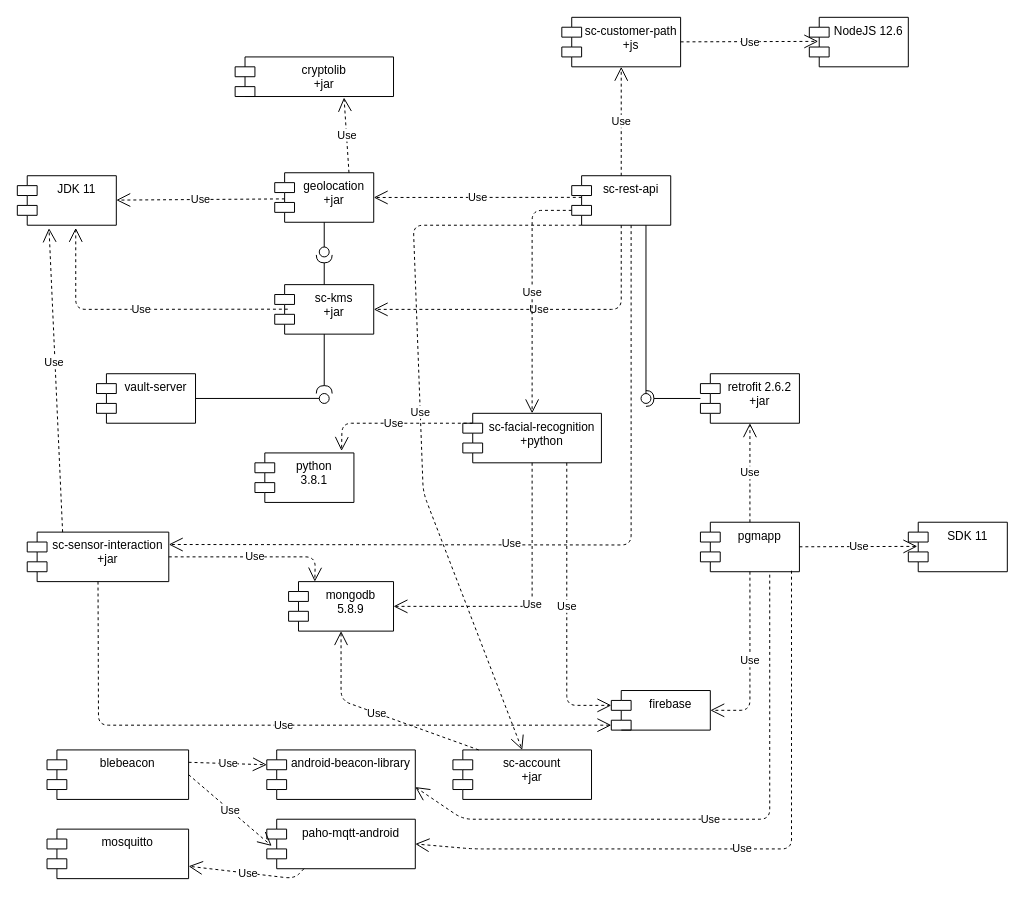
jessicaraman/pds-stardust keeps this draw.io diagram as diagrams/ComponentDiagram.drawio. Above is the earlier version. Source tidied: cells renumbered, new cells numbered last; positions are measured from the earlier drawing's top-left corner, leaving out a move shared by most shapes. Both pictures are drawn from the tidied source at 99%, with x=0, y=0 at pixel (17, 17).
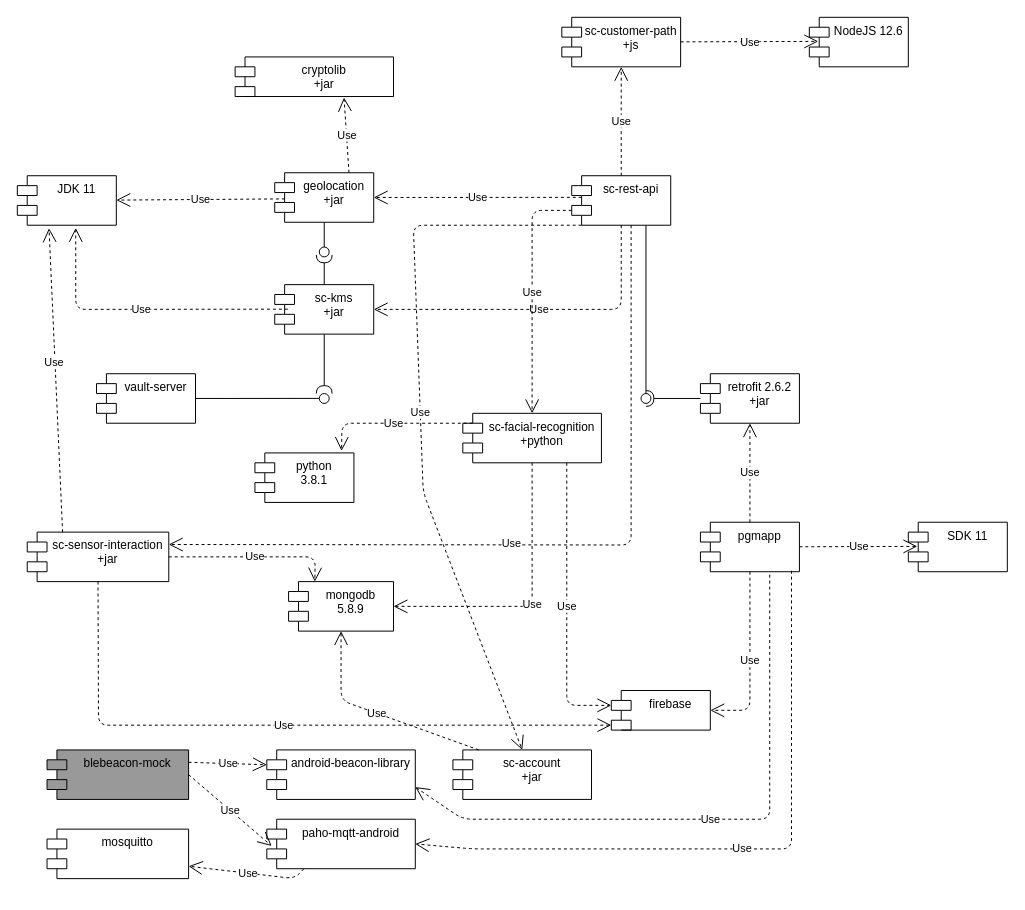
Above is the later version.

Commit message (it also covers changes not shown here):
[SENSOR] update component diagram

Diff of the diagram source:
```diff
@@
-    <mxCell id="42" value="blebeacon" style="shape=module;align=left;spacingLeft=20;align=center;verticalAlign=top;" parent="1" vertex="1">
+    <mxCell id="42" value="blebeacon-mock" style="shape=module;align=left;spacingLeft=20;align=center;verticalAlign=top;fillColor=#999999;" parent="1" vertex="1">
       <mxGeometry x="30" y="740" width="143" height="50" as="geometry" />
     </mxCell>
```
